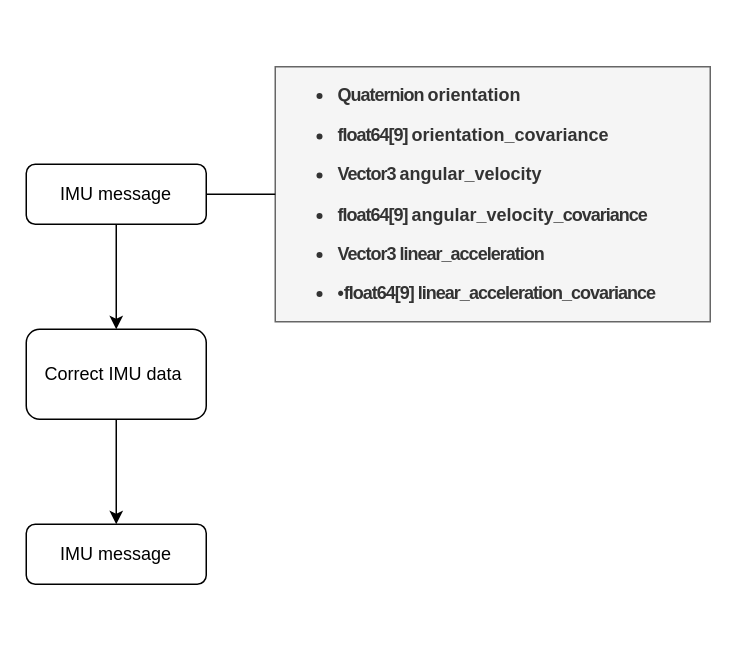
The draw.io diagram imu_corrector.drawio in gonheeee/Drawio.Autoware, before the edit. Source tidied: cells renumbered, new cells numbered last; positions are measured from the earlier drawing's top-left corner, leaving out a move shared by most shapes. Both pictures are drawn from the tidied source at 150%, with x=0, y=0 at pixel (26, 66).
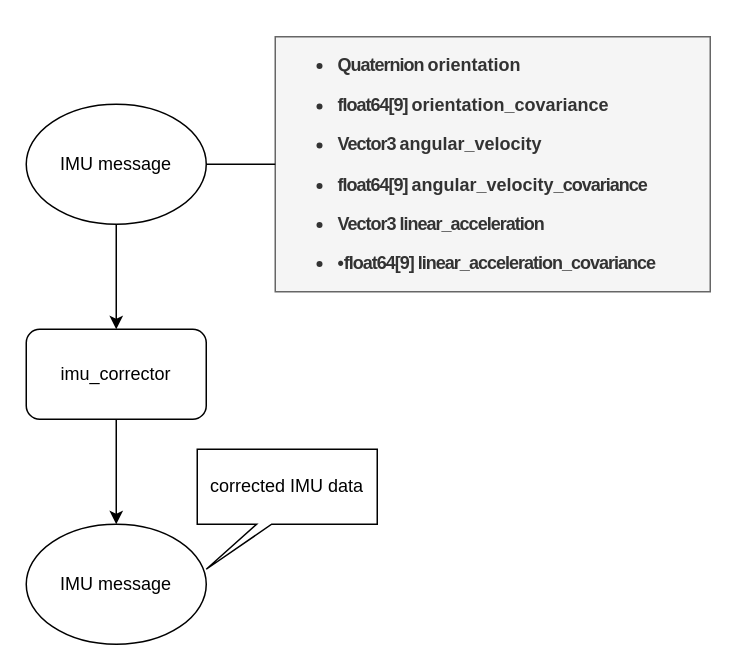
Above is the later version.

Diff of the diagram source:
```diff
@@
 <mxGraphModel>
   <root>
     <mxCell id="0" />
     <mxCell id="1" parent="0" />
-    <mxCell id="2" value="IMU message" style="rounded=1;whiteSpace=wrap;html=1;" parent="1" vertex="1">
-      <mxGeometry y="65" width="120" height="40" as="geometry" />
-    </mxCell>
-    <mxCell id="3" value="Correct IMU data&amp;nbsp;" style="rounded=1;whiteSpace=wrap;html=1;" parent="1" vertex="1">
+    <mxCell id="3" value="imu_corrector" style="rounded=1;whiteSpace=wrap;html=1;" parent="1" vertex="1">
       <mxGeometry y="175" width="120" height="60" as="geometry" />
     </mxCell>
     <mxCell id="4" value="&lt;div style=&quot;&quot;&gt;&lt;h6&gt;&lt;ul style=&quot;font-size: 12px;&quot;&gt;&lt;li style=&quot;&quot;&gt;&lt;span style=&quot;font-family: &amp;quot;맑은 고딕&amp;quot;; letter-spacing: -0.5pt; background-color: initial;&quot;&gt;Quaternion&amp;nbsp;&lt;/span&gt;orientation&lt;/li&gt;&lt;/ul&gt;&lt;ul style=&quot;font-size: 12px;&quot;&gt;&lt;li style=&quot;&quot;&gt;&lt;span style=&quot;background-color: initial; font-family: &amp;quot;맑은 고딕&amp;quot;; letter-spacing: -0.5pt;&quot;&gt;float64[9]&amp;nbsp;&lt;/span&gt;orientation_covariance&lt;/li&gt;&lt;/ul&gt;&lt;ul style=&quot;font-size: 12px;&quot;&gt;&lt;li style=&quot;&quot;&gt;&lt;span style=&quot;background-color: initial; font-family: &amp;quot;맑은 고딕&amp;quot;; letter-spacing: -0.5pt;&quot;&gt;Vector3&amp;nbsp;&lt;/span&gt;angular_velocity&lt;/li&gt;&lt;/ul&gt;&lt;ul style=&quot;font-size: 12px;&quot;&gt;&lt;li style=&quot;&quot;&gt;&lt;span style=&quot;background-color: initial; font-family: &amp;quot;맑은 고딕&amp;quot;; letter-spacing: -0.5pt;&quot;&gt;float64[9]&amp;nbsp;&lt;/span&gt;angular_velocity&lt;span style=&quot;background-color: initial; letter-spacing: -0.5pt;&quot;&gt;_covariance&lt;/span&gt;&lt;/li&gt;&lt;/ul&gt;&lt;ul style=&quot;font-size: 12px;&quot;&gt;&lt;li style=&quot;&quot;&gt;&lt;span style=&quot;font-family: &amp;quot;맑은 고딕&amp;quot;; letter-spacing: -0.5pt;&quot;&gt;V&lt;/span&gt;&lt;span style=&quot;font-family: &amp;quot;맑은 고딕&amp;quot;; letter-spacing: -0.5pt;&quot;&gt;ector3 &lt;/span&gt;&lt;span style=&quot;font-family: &amp;quot;맑은 고딕&amp;quot;; letter-spacing: -0.5pt;&quot;&gt;linear_acceleration&lt;/span&gt;&lt;/li&gt;&lt;/ul&gt;&lt;ul style=&quot;font-size: 12px;&quot;&gt;&lt;li style=&quot;&quot;&gt;&lt;span style=&quot;&quot;&gt;&lt;span&gt;•&lt;/span&gt;&lt;/span&gt;&lt;span style=&quot;font-family: &amp;quot;맑은 고딕&amp;quot;; letter-spacing: -0.5pt;&quot;&gt;float64[9]&lt;/span&gt;&lt;span style=&quot;font-family: &amp;quot;맑은 고딕&amp;quot;; letter-spacing: -0.5pt;&quot;&gt; &lt;/span&gt;&lt;span style=&quot;font-family: &amp;quot;맑은 고딕&amp;quot;; letter-spacing: -0.5pt;&quot;&gt;linear_acceleration_covarianc&lt;/span&gt;&lt;span style=&quot;font-family: &amp;quot;맑은 고딕&amp;quot;; letter-spacing: -0.5pt;&quot;&gt;e&lt;br&gt;&lt;/span&gt;&lt;/li&gt;&lt;/ul&gt;&lt;/h6&gt;&lt;/div&gt;" style="text;html=1;strokeColor=#666666;fillColor=#f5f5f5;align=left;verticalAlign=middle;whiteSpace=wrap;rounded=0;fontColor=#333333;" parent="1" vertex="1">
-      <mxGeometry x="166" width="290" height="170" as="geometry" />
+      <mxGeometry x="166" y="-20" width="290" height="170" as="geometry" />
     </mxCell>
-    <mxCell id="5" style="endArrow=none;html=1;rounded=0;exitX=1;exitY=0.5;exitDx=0;exitDy=0;" parent="1" edge="1" source="2" target="4">
+    <mxCell id="5" style="endArrow=none;html=1;rounded=0;exitX=1;exitY=0.5;exitDx=0;exitDy=0;" parent="1" edge="1" source="9" target="4">
       <mxGeometry relative="1" as="geometry" />
     </mxCell>
-    <mxCell id="6" style="endArrow=classic;html=1;rounded=0;exitX=0.5;exitY=1;exitDx=0;exitDy=0;entryX=0.5;entryY=0;entryDx=0;entryDy=0;" parent="1" edge="1" source="2" target="3">
-      <mxGeometry relative="1" as="geometry" />
+    <mxCell id="6" style="endArrow=classic;html=1;rounded=0;exitX=0.5;exitY=1;exitDx=0;exitDy=0;entryX=0.5;entryY=0;entryDx=0;entryDy=0;" parent="1" edge="1" target="3">
+      <mxGeometry relative="1" as="geometry">
+        <mxPoint x="60" y="105" as="sourcePoint" />
+      </mxGeometry>
     </mxCell>
-    <mxCell id="7" value="IMU message" style="rounded=1;whiteSpace=wrap;html=1;" parent="1" vertex="1">
-      <mxGeometry y="305" width="120" height="40" as="geometry" />
-    </mxCell>
-    <mxCell id="8" style="endArrow=classic;html=1;rounded=0;entryX=0.5;entryY=0;entryDx=0;entryDy=0;exitX=0.5;exitY=1;exitDx=0;exitDy=0;" parent="1" edge="1" source="3" target="7">
-      <mxGeometry relative="1" as="geometry" />
+    <mxCell id="8" style="endArrow=classic;html=1;rounded=0;entryX=0.5;entryY=0;entryDx=0;entryDy=0;exitX=0.5;exitY=1;exitDx=0;exitDy=0;" parent="1" edge="1" source="3">
+      <mxGeometry relative="1" as="geometry">
+        <mxPoint x="60" y="305" as="targetPoint" />
+      </mxGeometry>
     </mxCell>
+    <mxCell id="9" value="IMU message" style="ellipse;whiteSpace=wrap;html=1;" parent="1" vertex="1">
+      <mxGeometry y="25" width="120" height="80" as="geometry" />
+    </mxCell>
+    <mxCell id="10" value="IMU message" style="ellipse;whiteSpace=wrap;html=1;" parent="1" vertex="1">
+      <mxGeometry y="305" width="120" height="80" as="geometry" />
+    </mxCell>
+    <mxCell id="11" value="corrected IMU data" style="shape=callout;whiteSpace=wrap;html=1;perimeter=calloutPerimeter;base=10;size=30;position=0.33;position2=0.05;" parent="1" vertex="1">
+      <mxGeometry x="114" y="255" width="120" height="80" as="geometry" />
+    </mxCell>
   </root>
 </mxGraphModel>
```
